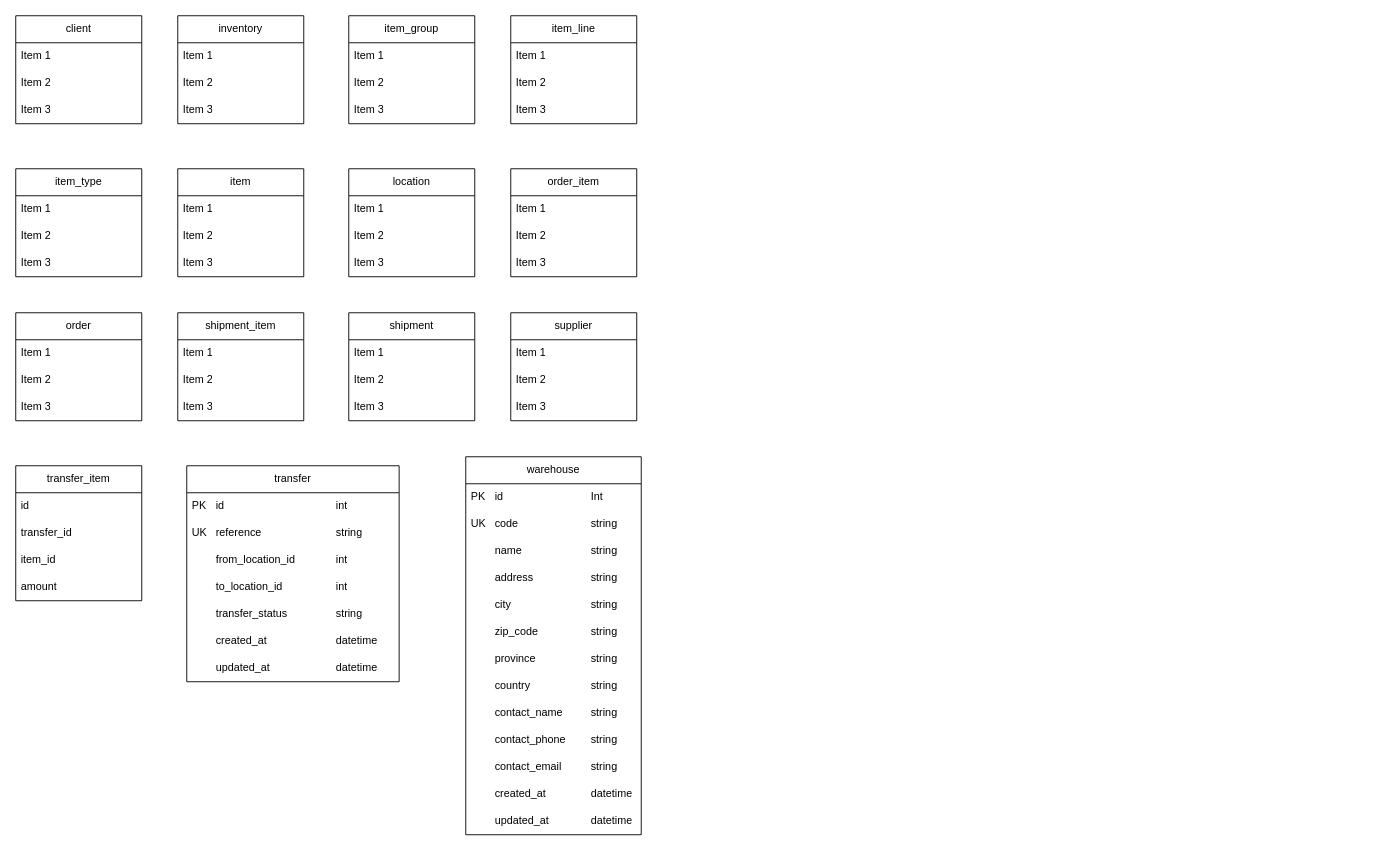
Above: help.drawio in lennardje21/INF2C-Team-5 (draw.io), before the change. Source tidied: cells renumbered, new cells numbered last; positions are measured from the earlier drawing's top-left corner, leaving out a move shared by most shapes. Both pictures are drawn from the tidied source at 90%, with x=0, y=0 at pixel (15, 15).
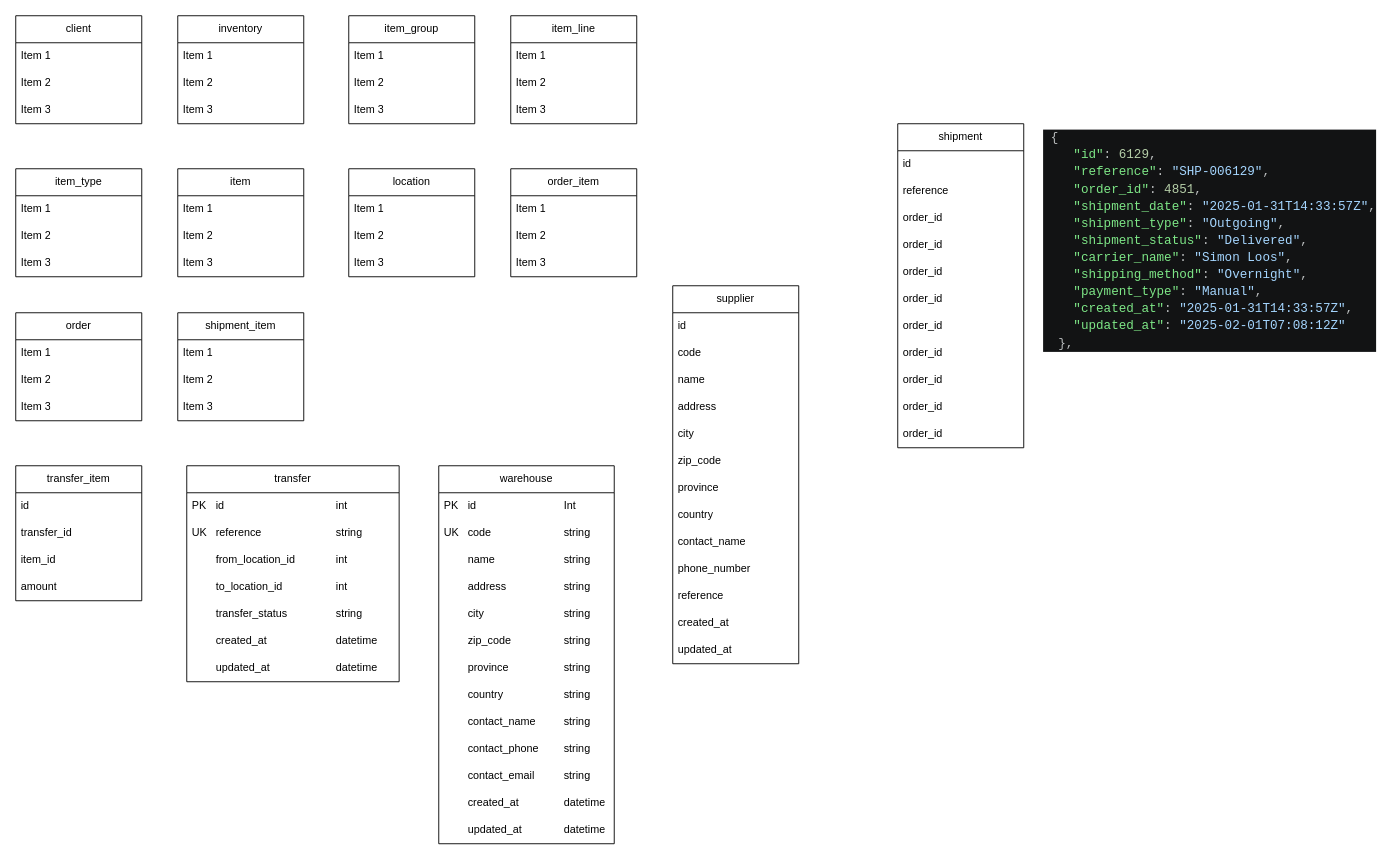
The same page after the edit.

The edit, as a diff of the source:
```diff
@@
     <mxCell id="26" value="shipment" style="swimlane;fontStyle=0;horizontal=1;startSize=30;whiteSpace=wrap;html=1;" parent="1" vertex="1">
-      <mxGeometry x="370" y="330" width="140" height="120" as="geometry" />
+      <mxGeometry x="980" y="120" width="140" height="360" as="geometry" />
     </mxCell>
-    <mxCell id="27" value="Item 1" style="text;strokeColor=none;fillColor=none;align=left;verticalAlign=middle;spacingLeft=4;spacingRight=4;overflow=hidden;whiteSpace=wrap;html=1;" parent="26" vertex="1">
+    <mxCell id="27" value="id" style="text;strokeColor=none;fillColor=none;align=left;verticalAlign=middle;spacingLeft=4;spacingRight=4;overflow=hidden;whiteSpace=wrap;html=1;" parent="26" vertex="1">
       <mxGeometry y="30" width="140" height="30" as="geometry" />
     </mxCell>
-    <mxCell id="28" value="Item 2" style="text;strokeColor=none;fillColor=none;align=left;verticalAlign=middle;spacingLeft=4;spacingRight=4;overflow=hidden;whiteSpace=wrap;html=1;" parent="26" vertex="1">
+    <mxCell id="28" value="reference" style="text;strokeColor=none;fillColor=none;align=left;verticalAlign=middle;spacingLeft=4;spacingRight=4;overflow=hidden;whiteSpace=wrap;html=1;" parent="26" vertex="1">
       <mxGeometry y="60" width="140" height="30" as="geometry" />
     </mxCell>
-    <mxCell id="29" value="Item 3" style="text;strokeColor=none;fillColor=none;align=left;verticalAlign=middle;spacingLeft=4;spacingRight=4;overflow=hidden;whiteSpace=wrap;html=1;" parent="26" vertex="1">
+    <mxCell id="29" value="order_id" style="text;strokeColor=none;fillColor=none;align=left;verticalAlign=middle;spacingLeft=4;spacingRight=4;overflow=hidden;whiteSpace=wrap;html=1;" parent="26" vertex="1">
       <mxGeometry y="90" width="140" height="30" as="geometry" />
     </mxCell>
+    <mxCell id="77" value="order_id" style="text;strokeColor=none;fillColor=none;align=left;verticalAlign=middle;spacingLeft=4;spacingRight=4;overflow=hidden;whiteSpace=wrap;html=1;" parent="26" vertex="1">
+      <mxGeometry y="120" width="140" height="30" as="geometry" />
+    </mxCell>
+    <mxCell id="78" value="order_id" style="text;strokeColor=none;fillColor=none;align=left;verticalAlign=middle;spacingLeft=4;spacingRight=4;overflow=hidden;whiteSpace=wrap;html=1;" parent="26" vertex="1">
+      <mxGeometry y="150" width="140" height="30" as="geometry" />
+    </mxCell>
+    <mxCell id="79" value="order_id" style="text;strokeColor=none;fillColor=none;align=left;verticalAlign=middle;spacingLeft=4;spacingRight=4;overflow=hidden;whiteSpace=wrap;html=1;" parent="26" vertex="1">
+      <mxGeometry y="180" width="140" height="30" as="geometry" />
+    </mxCell>
+    <mxCell id="80" value="order_id" style="text;strokeColor=none;fillColor=none;align=left;verticalAlign=middle;spacingLeft=4;spacingRight=4;overflow=hidden;whiteSpace=wrap;html=1;" parent="26" vertex="1">
+      <mxGeometry y="210" width="140" height="30" as="geometry" />
+    </mxCell>
+    <mxCell id="81" value="order_id" style="text;strokeColor=none;fillColor=none;align=left;verticalAlign=middle;spacingLeft=4;spacingRight=4;overflow=hidden;whiteSpace=wrap;html=1;" parent="26" vertex="1">
+      <mxGeometry y="240" width="140" height="30" as="geometry" />
+    </mxCell>
+    <mxCell id="82" value="order_id" style="text;strokeColor=none;fillColor=none;align=left;verticalAlign=middle;spacingLeft=4;spacingRight=4;overflow=hidden;whiteSpace=wrap;html=1;" parent="26" vertex="1">
+      <mxGeometry y="270" width="140" height="30" as="geometry" />
+    </mxCell>
+    <mxCell id="83" value="order_id" style="text;strokeColor=none;fillColor=none;align=left;verticalAlign=middle;spacingLeft=4;spacingRight=4;overflow=hidden;whiteSpace=wrap;html=1;" parent="26" vertex="1">
+      <mxGeometry y="300" width="140" height="30" as="geometry" />
+    </mxCell>
+    <mxCell id="84" value="order_id" style="text;strokeColor=none;fillColor=none;align=left;verticalAlign=middle;spacingLeft=4;spacingRight=4;overflow=hidden;whiteSpace=wrap;html=1;" parent="26" vertex="1">
+      <mxGeometry y="330" width="140" height="30" as="geometry" />
+    </mxCell>
     <mxCell id="30" value="supplier" style="swimlane;fontStyle=0;horizontal=1;startSize=30;whiteSpace=wrap;html=1;" parent="1" vertex="1">
-      <mxGeometry x="550" y="330" width="140" height="120" as="geometry" />
+      <mxGeometry x="730" y="300" width="140" height="420" as="geometry" />
     </mxCell>
-    <mxCell id="31" value="Item 1" style="text;strokeColor=none;fillColor=none;align=left;verticalAlign=middle;spacingLeft=4;spacingRight=4;overflow=hidden;whiteSpace=wrap;html=1;" parent="30" vertex="1">
+    <mxCell id="31" value="id" style="text;strokeColor=none;fillColor=none;align=left;verticalAlign=middle;spacingLeft=4;spacingRight=4;overflow=hidden;whiteSpace=wrap;html=1;" parent="30" vertex="1">
       <mxGeometry y="30" width="140" height="30" as="geometry" />
     </mxCell>
-    <mxCell id="32" value="Item 2" style="text;strokeColor=none;fillColor=none;align=left;verticalAlign=middle;spacingLeft=4;spacingRight=4;overflow=hidden;whiteSpace=wrap;html=1;" parent="30" vertex="1">
+    <mxCell id="32" value="code" style="text;strokeColor=none;fillColor=none;align=left;verticalAlign=middle;spacingLeft=4;spacingRight=4;overflow=hidden;whiteSpace=wrap;html=1;" parent="30" vertex="1">
       <mxGeometry y="60" width="140" height="30" as="geometry" />
     </mxCell>
-    <mxCell id="33" value="Item 3" style="text;strokeColor=none;fillColor=none;align=left;verticalAlign=middle;spacingLeft=4;spacingRight=4;overflow=hidden;whiteSpace=wrap;html=1;" parent="30" vertex="1">
+    <mxCell id="33" value="name" style="text;strokeColor=none;fillColor=none;align=left;verticalAlign=middle;spacingLeft=4;spacingRight=4;overflow=hidden;whiteSpace=wrap;html=1;" parent="30" vertex="1">
       <mxGeometry y="90" width="140" height="30" as="geometry" />
     </mxCell>
+    <mxCell id="85" value="address" style="text;strokeColor=none;fillColor=none;align=left;verticalAlign=middle;spacingLeft=4;spacingRight=4;overflow=hidden;whiteSpace=wrap;html=1;" parent="30" vertex="1">
+      <mxGeometry y="120" width="140" height="30" as="geometry" />
+    </mxCell>
+    <mxCell id="86" value="city" style="text;strokeColor=none;fillColor=none;align=left;verticalAlign=middle;spacingLeft=4;spacingRight=4;overflow=hidden;whiteSpace=wrap;html=1;" parent="30" vertex="1">
+      <mxGeometry y="150" width="140" height="30" as="geometry" />
+    </mxCell>
+    <mxCell id="87" value="zip_code" style="text;strokeColor=none;fillColor=none;align=left;verticalAlign=middle;spacingLeft=4;spacingRight=4;overflow=hidden;whiteSpace=wrap;html=1;" parent="30" vertex="1">
+      <mxGeometry y="180" width="140" height="30" as="geometry" />
+    </mxCell>
+    <mxCell id="88" value="province" style="text;strokeColor=none;fillColor=none;align=left;verticalAlign=middle;spacingLeft=4;spacingRight=4;overflow=hidden;whiteSpace=wrap;html=1;" parent="30" vertex="1">
+      <mxGeometry y="210" width="140" height="30" as="geometry" />
+    </mxCell>
+    <mxCell id="89" value="country" style="text;strokeColor=none;fillColor=none;align=left;verticalAlign=middle;spacingLeft=4;spacingRight=4;overflow=hidden;whiteSpace=wrap;html=1;" parent="30" vertex="1">
+      <mxGeometry y="240" width="140" height="30" as="geometry" />
+    </mxCell>
+    <mxCell id="90" value="contact_name" style="text;strokeColor=none;fillColor=none;align=left;verticalAlign=middle;spacingLeft=4;spacingRight=4;overflow=hidden;whiteSpace=wrap;html=1;" parent="30" vertex="1">
+      <mxGeometry y="270" width="140" height="30" as="geometry" />
+    </mxCell>
+    <mxCell id="91" value="phone_number" style="text;strokeColor=none;fillColor=none;align=left;verticalAlign=middle;spacingLeft=4;spacingRight=4;overflow=hidden;whiteSpace=wrap;html=1;" parent="30" vertex="1">
+      <mxGeometry y="300" width="140" height="30" as="geometry" />
+    </mxCell>
+    <mxCell id="92" value="reference" style="text;strokeColor=none;fillColor=none;align=left;verticalAlign=middle;spacingLeft=4;spacingRight=4;overflow=hidden;whiteSpace=wrap;html=1;" parent="30" vertex="1">
+      <mxGeometry y="330" width="140" height="30" as="geometry" />
+    </mxCell>
+    <mxCell id="93" value="created_at" style="text;strokeColor=none;fillColor=none;align=left;verticalAlign=middle;spacingLeft=4;spacingRight=4;overflow=hidden;whiteSpace=wrap;html=1;" parent="30" vertex="1">
+      <mxGeometry y="360" width="140" height="30" as="geometry" />
+    </mxCell>
+    <mxCell id="94" value="updated_at" style="text;strokeColor=none;fillColor=none;align=left;verticalAlign=middle;spacingLeft=4;spacingRight=4;overflow=hidden;whiteSpace=wrap;html=1;" parent="30" vertex="1">
+      <mxGeometry y="390" width="140" height="30" as="geometry" />
+    </mxCell>
@@
     <mxCell id="63" value="warehouse" style="swimlane;fontStyle=0;horizontal=1;startSize=30;whiteSpace=wrap;html=1;" parent="1" vertex="1">
-      <mxGeometry x="500" y="490" width="195" height="420" as="geometry" />
+      <mxGeometry x="470" y="500" width="195" height="420" as="geometry" />
     </mxCell>
@@
+    <mxCell id="95" value="&lt;div style=&quot;color: #bbbebf;background-color: #121314;font-family: Consolas, 'Courier New', monospace;font-weight: normal;font-size: 14px;line-height: 19px;white-space: pre;&quot;&gt;&lt;div&gt;&lt;span style=&quot;color: #bbbebf;&quot;&gt;&amp;nbsp;{&lt;/span&gt;&lt;/div&gt;&lt;div&gt;&lt;span style=&quot;color: #bbbebf;&quot;&gt;&amp;nbsp; &amp;nbsp; &lt;/span&gt;&lt;span style=&quot;color: #7ee787;&quot;&gt;&quot;id&quot;&lt;/span&gt;&lt;span style=&quot;color: #bbbebf;&quot;&gt;: &lt;/span&gt;&lt;span style=&quot;color: #b5cea8;&quot;&gt;6129&lt;/span&gt;&lt;span style=&quot;color: #bbbebf;&quot;&gt;,&lt;/span&gt;&lt;/div&gt;&lt;div&gt;&lt;span style=&quot;color: #bbbebf;&quot;&gt;&amp;nbsp; &amp;nbsp; &lt;/span&gt;&lt;span style=&quot;color: #7ee787;&quot;&gt;&quot;reference&quot;&lt;/span&gt;&lt;span style=&quot;color: #bbbebf;&quot;&gt;: &lt;/span&gt;&lt;span style=&quot;color: #a5d6ff;&quot;&gt;&quot;SHP-006129&quot;&lt;/span&gt;&lt;span style=&quot;color: #bbbebf;&quot;&gt;,&lt;/span&gt;&lt;/div&gt;&lt;div&gt;&lt;span style=&quot;color: #bbbebf;&quot;&gt;&amp;nbsp; &amp;nbsp; &lt;/span&gt;&lt;span style=&quot;color: #7ee787;&quot;&gt;&quot;order_id&quot;&lt;/span&gt;&lt;span style=&quot;color: #bbbebf;&quot;&gt;: &lt;/span&gt;&lt;span style=&quot;color: #b5cea8;&quot;&gt;4851&lt;/span&gt;&lt;span style=&quot;color: #bbbebf;&quot;&gt;,&lt;/span&gt;&lt;/div&gt;&lt;div&gt;&lt;span style=&quot;color: #bbbebf;&quot;&gt;&amp;nbsp; &amp;nbsp; &lt;/span&gt;&lt;span style=&quot;color: #7ee787;&quot;&gt;&quot;shipment_date&quot;&lt;/span&gt;&lt;span style=&quot;color: #bbbebf;&quot;&gt;: &lt;/span&gt;&lt;span style=&quot;color: #a5d6ff;&quot;&gt;&quot;2025-01-31T14:33:57Z&quot;&lt;/span&gt;&lt;span style=&quot;color: #bbbebf;&quot;&gt;,&lt;/span&gt;&lt;/div&gt;&lt;div&gt;&lt;span style=&quot;color: #bbbebf;&quot;&gt;&amp;nbsp; &amp;nbsp; &lt;/span&gt;&lt;span style=&quot;color: #7ee787;&quot;&gt;&quot;shipment_type&quot;&lt;/span&gt;&lt;span style=&quot;color: #bbbebf;&quot;&gt;: &lt;/span&gt;&lt;span style=&quot;color: #a5d6ff;&quot;&gt;&quot;Outgoing&quot;&lt;/span&gt;&lt;span style=&quot;color: #bbbebf;&quot;&gt;,&lt;/span&gt;&lt;/div&gt;&lt;div&gt;&lt;span style=&quot;color: #bbbebf;&quot;&gt;&amp;nbsp; &amp;nbsp; &lt;/span&gt;&lt;span style=&quot;color: #7ee787;&quot;&gt;&quot;shipment_status&quot;&lt;/span&gt;&lt;span style=&quot;color: #bbbebf;&quot;&gt;: &lt;/span&gt;&lt;span style=&quot;color: #a5d6ff;&quot;&gt;&quot;Delivered&quot;&lt;/span&gt;&lt;span style=&quot;color: #bbbebf;&quot;&gt;,&lt;/span&gt;&lt;/div&gt;&lt;div&gt;&lt;span style=&quot;color: #bbbebf;&quot;&gt;&amp;nbsp; &amp;nbsp; &lt;/span&gt;&lt;span style=&quot;color: #7ee787;&quot;&gt;&quot;carrier_name&quot;&lt;/span&gt;&lt;span style=&quot;color: #bbbebf;&quot;&gt;: &lt;/span&gt;&lt;span style=&quot;color: #a5d6ff;&quot;&gt;&quot;Simon Loos&quot;&lt;/span&gt;&lt;span style=&quot;color: #bbbebf;&quot;&gt;,&lt;/span&gt;&lt;/div&gt;&lt;div&gt;&lt;span style=&quot;color: #bbbebf;&quot;&gt;&amp;nbsp; &amp;nbsp; &lt;/span&gt;&lt;span style=&quot;color: #7ee787;&quot;&gt;&quot;shipping_method&quot;&lt;/span&gt;&lt;span style=&quot;color: #bbbebf;&quot;&gt;: &lt;/span&gt;&lt;span style=&quot;color: #a5d6ff;&quot;&gt;&quot;Overnight&quot;&lt;/span&gt;&lt;span style=&quot;color: #bbbebf;&quot;&gt;,&lt;/span&gt;&lt;/div&gt;&lt;div&gt;&lt;span style=&quot;color: #bbbebf;&quot;&gt;&amp;nbsp; &amp;nbsp; &lt;/span&gt;&lt;span style=&quot;color: #7ee787;&quot;&gt;&quot;payment_type&quot;&lt;/span&gt;&lt;span style=&quot;color: #bbbebf;&quot;&gt;: &lt;/span&gt;&lt;span style=&quot;color: #a5d6ff;&quot;&gt;&quot;Manual&quot;&lt;/span&gt;&lt;span style=&quot;color: #bbbebf;&quot;&gt;,&lt;/span&gt;&lt;/div&gt;&lt;div&gt;&lt;span style=&quot;color: #bbbebf;&quot;&gt;&amp;nbsp; &amp;nbsp; &lt;/span&gt;&lt;span style=&quot;color: #7ee787;&quot;&gt;&quot;created_at&quot;&lt;/span&gt;&lt;span style=&quot;color: #bbbebf;&quot;&gt;: &lt;/span&gt;&lt;span style=&quot;color: #a5d6ff;&quot;&gt;&quot;2025-01-31T14:33:57Z&quot;&lt;/span&gt;&lt;span style=&quot;color: #bbbebf;&quot;&gt;,&lt;/span&gt;&lt;/div&gt;&lt;div&gt;&lt;span style=&quot;color: #bbbebf;&quot;&gt;&amp;nbsp; &amp;nbsp; &lt;/span&gt;&lt;span style=&quot;color: #7ee787;&quot;&gt;&quot;updated_at&quot;&lt;/span&gt;&lt;span style=&quot;color: #bbbebf;&quot;&gt;: &lt;/span&gt;&lt;span style=&quot;color: #a5d6ff;&quot;&gt;&quot;2025-02-01T07:08:12Z&quot;&lt;/span&gt;&lt;/div&gt;&lt;div&gt;&lt;span style=&quot;color: #bbbebf;&quot;&gt;&amp;nbsp; },&lt;/span&gt;&lt;/div&gt;&lt;/div&gt;" style="text;whiteSpace=wrap;html=1;" parent="1" vertex="1">
+      <mxGeometry x="1140" y="120" width="370" height="270" as="geometry" />
+    </mxCell>
```
